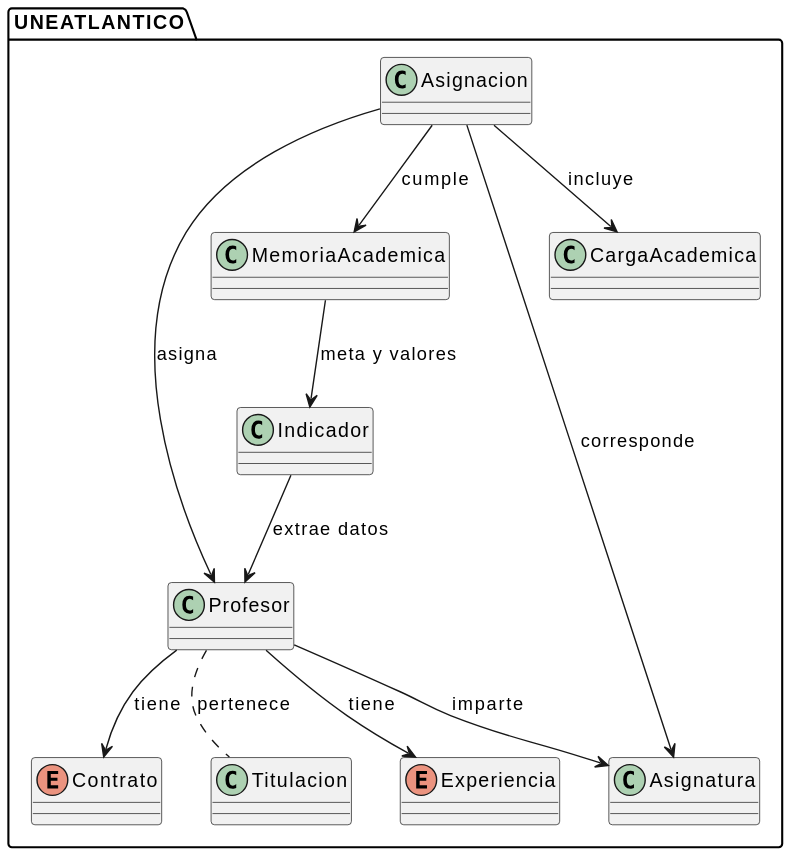
Above: images/modelosUML/MdD/diagramaDeClases.svg in mmasias/24-25-IdSw1-SDR (PlantUML), before the change.
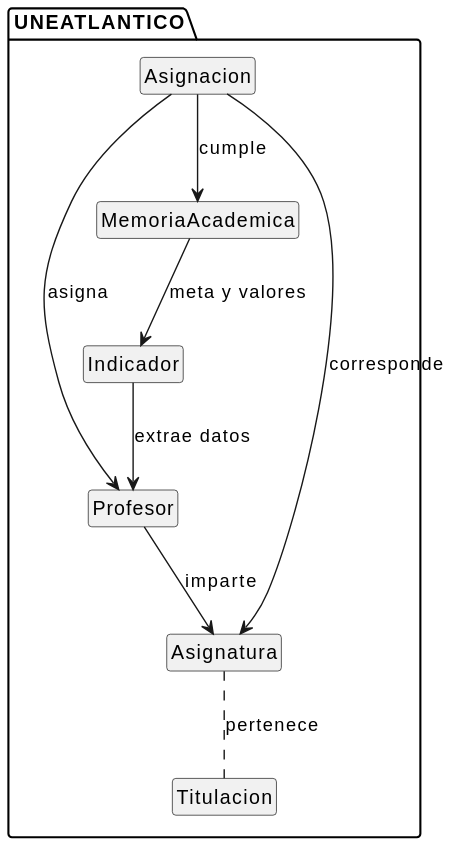
Above is the later version.

Commit message:
Ajustes diagrama de clases del modelo del dominio

Change to the diagram source:
```diff
@@ -1,42 +1,14 @@
 @startuml
-package "UNEATLANTICO" {
-    class Profesor {
-    }
-
-    enum Contrato {
-    }
-
-    enum Experiencia {
-    }
-
-    class Asignatura {
-    }
-
-    class Titulacion {
-    }
-
-    class MemoriaAcademica {
-    }
-
-    class Indicador {
-    }
-
-    class CargaAcademica {
-    }
-
-    class Asignacion {
-    }
-
+Package UNEATLANTICO{
+    hide circle
+    hide empty members
 
     Asignacion --> Profesor : asigna
     Asignacion --> Asignatura : corresponde
     Asignacion --> MemoriaAcademica : cumple
-    Asignacion --> CargaAcademica : incluye
     MemoriaAcademica --> Indicador : meta y valores
     Indicador --> Profesor : extrae datos
-    Profesor --> Contrato : tiene
-    Profesor --> Experiencia : tiene
-    Profesor --> Asignatura: imparte
-    Profesor .. Titulacion : pertenece
+    Asignatura .. Titulacion : pertenece
+    Profesor --> Asignatura : imparte
 }
 @enduml
```
